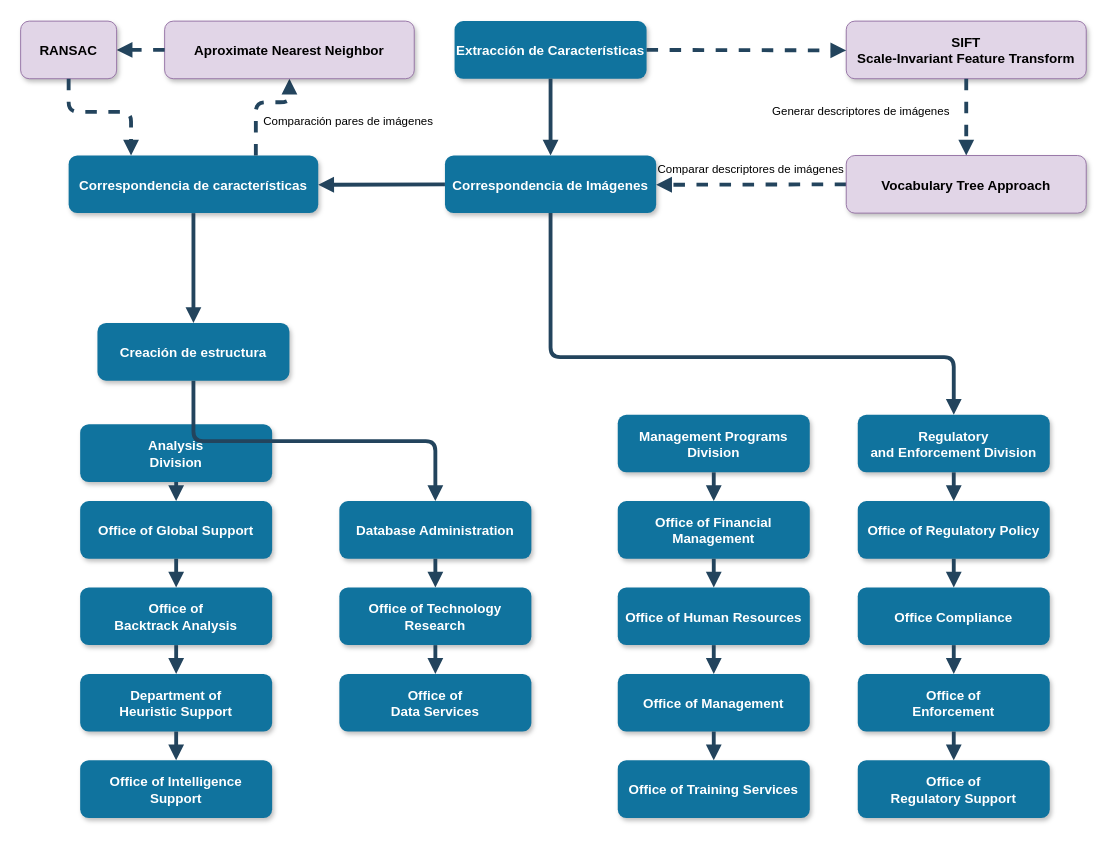
This is Untitled Diagram.drawio from Ezkaitor/Perception-3D-Reconstruction, a draw.io file, before an edit. Source tidied: cells renumbered, new cells numbered last; positions are measured from the earlier drawing's top-left corner, leaving out a move shared by most shapes. Both pictures are drawn from the tidied source at 96%, with x=0, y=0 at pixel (20, 21).
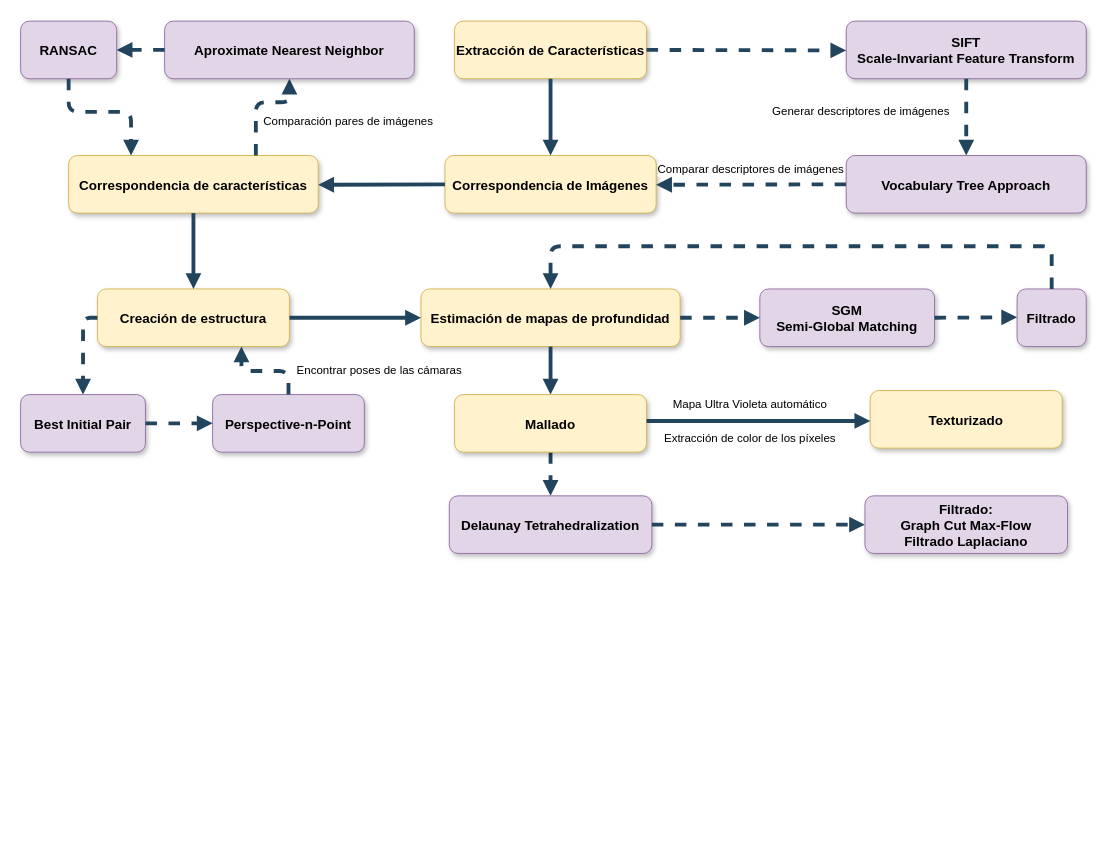
After the change.

The edit, as a diff of the source:
```diff
@@
-    <mxCell id="2" value="Extracción de Características" style="rounded=1;fillColor=#10739E;strokeColor=none;shadow=1;gradientColor=none;fontStyle=1;fontColor=#FFFFFF;fontSize=14;" parent="1" vertex="1">
+    <mxCell id="2" value="Extracción de Características" style="rounded=1;fillColor=#fff2cc;strokeColor=#d6b656;shadow=1;fontStyle=1;fontSize=14;" parent="1" vertex="1">
       <mxGeometry x="452" y="-0.5" width="200" height="60" as="geometry" />
     </mxCell>
-    <mxCell id="3" value="Correspondencia de Imágenes" style="rounded=1;fillColor=#10739E;strokeColor=none;shadow=1;gradientColor=none;fontStyle=1;fontColor=#FFFFFF;fontSize=14;" parent="1" vertex="1">
+    <mxCell id="3" value="Correspondencia de Imágenes" style="rounded=1;fillColor=#fff2cc;strokeColor=#d6b656;shadow=1;fontStyle=1;fontSize=14;" parent="1" vertex="1">
       <mxGeometry x="442" y="139.5" width="220" height="60" as="geometry" />
     </mxCell>
-    <mxCell id="4" value="Correspondencia de características" style="rounded=1;fillColor=#10739E;strokeColor=none;shadow=1;gradientColor=none;fontStyle=1;fontColor=#FFFFFF;fontSize=14;" parent="1" vertex="1">
+    <mxCell id="4" value="Correspondencia de características" style="rounded=1;fillColor=#fff2cc;strokeColor=#d6b656;shadow=1;fontStyle=1;fontSize=14;" parent="1" vertex="1">
       <mxGeometry x="50" y="139.5" width="260" height="60" as="geometry" />
     </mxCell>
@@
-    <mxCell id="6" value="Analysis &#10;Division" style="rounded=1;fillColor=#10739E;strokeColor=none;shadow=1;gradientColor=none;fontStyle=1;fontColor=#FFFFFF;fontSize=14;" parent="1" vertex="1">
-      <mxGeometry x="62" y="419.5" width="200" height="60" as="geometry" />
-    </mxCell>
-    <mxCell id="7" value="Office of Global Support" style="rounded=1;fillColor=#10739E;strokeColor=none;shadow=1;gradientColor=none;fontStyle=1;fontColor=#FFFFFF;fontSize=14;" parent="1" vertex="1">
-      <mxGeometry x="62" y="499.5" width="200" height="60" as="geometry" />
-    </mxCell>
-    <mxCell id="8" value="Office of &#10;Backtrack Analysis" style="rounded=1;fillColor=#10739E;strokeColor=none;shadow=1;gradientColor=none;fontStyle=1;fontColor=#FFFFFF;fontSize=14;" parent="1" vertex="1">
-      <mxGeometry x="62" y="589.5" width="200" height="60" as="geometry" />
-    </mxCell>
-    <mxCell id="9" value="Department of &#10;Heuristic Support" style="rounded=1;fillColor=#10739E;strokeColor=none;shadow=1;gradientColor=none;fontStyle=1;fontColor=#FFFFFF;fontSize=14;" parent="1" vertex="1">
-      <mxGeometry x="62" y="679.5" width="200" height="60" as="geometry" />
-    </mxCell>
-    <mxCell id="10" value="Office of Intelligence &#10;Support" style="rounded=1;fillColor=#10739E;strokeColor=none;shadow=1;gradientColor=none;fontStyle=1;fontColor=#FFFFFF;fontSize=14;" parent="1" vertex="1">
-      <mxGeometry x="62" y="769.5" width="200" height="60" as="geometry" />
-    </mxCell>
-    <mxCell id="11" value="Creación de estructura" style="rounded=1;fillColor=#10739E;strokeColor=none;shadow=1;gradientColor=none;fontStyle=1;fontColor=#FFFFFF;fontSize=14;" parent="1" vertex="1">
-      <mxGeometry x="80" y="314" width="200" height="60" as="geometry" />
+    <mxCell id="11" value="Creación de estructura" style="rounded=1;fillColor=#fff2cc;strokeColor=#d6b656;shadow=1;fontStyle=1;fontSize=14;" parent="1" vertex="1">
+      <mxGeometry x="80" y="278.5" width="200" height="60" as="geometry" />
     </mxCell>
-    <mxCell id="12" value="Database Administration" style="rounded=1;fillColor=#10739E;strokeColor=none;shadow=1;gradientColor=none;fontStyle=1;fontColor=#FFFFFF;fontSize=14;" parent="1" vertex="1">
-      <mxGeometry x="332" y="499.5" width="200" height="60" as="geometry" />
+    <mxCell id="12" value="Estimación de mapas de profundidad" style="rounded=1;fillColor=#fff2cc;strokeColor=#d6b656;shadow=1;fontStyle=1;fontSize=14;" parent="1" vertex="1">
+      <mxGeometry x="417" y="278.5" width="270" height="60" as="geometry" />
     </mxCell>
+    <mxCell id="56" style="edgeStyle=orthogonalEdgeStyle;rounded=1;jettySize=auto;html=1;entryX=0.5;entryY=0;entryDx=0;entryDy=0;dashed=1;fontStyle=1;strokeColor=#23445D;strokeWidth=4;endFill=1;endArrow=block;" parent="1" edge="1" source="13" target="68">
+      <mxGeometry relative="1" as="geometry" />
+    </mxCell>
-    <mxCell id="13" value="Office of Technology &#10;Research" style="rounded=1;fillColor=#10739E;strokeColor=none;shadow=1;gradientColor=none;fontStyle=1;fontColor=#FFFFFF;fontSize=14;" parent="1" vertex="1">
-      <mxGeometry x="332" y="589.5" width="200" height="60" as="geometry" />
+    <mxCell id="13" value="Mallado" style="rounded=1;fillColor=#fff2cc;strokeColor=#d6b656;shadow=1;fontStyle=1;fontSize=14;" parent="1" vertex="1">
+      <mxGeometry x="452" y="388.5" width="200" height="60" as="geometry" />
     </mxCell>
-    <mxCell id="14" value="Office of&#10;Data Services" style="rounded=1;fillColor=#10739E;strokeColor=none;shadow=1;gradientColor=none;fontStyle=1;fontColor=#FFFFFF;fontSize=14;" parent="1" vertex="1">
-      <mxGeometry x="332" y="679.5" width="200" height="60" as="geometry" />
+    <mxCell id="14" value="Texturizado" style="rounded=1;fillColor=#fff2cc;strokeColor=#d6b656;shadow=1;fontStyle=1;fontSize=14;" parent="1" vertex="1">
+      <mxGeometry x="885" y="384.3" width="200" height="60" as="geometry" />
     </mxCell>
-    <mxCell id="15" value="Management Programs &#10;Division" style="rounded=1;fillColor=#10739E;strokeColor=none;shadow=1;gradientColor=none;fontStyle=1;fontColor=#FFFFFF;fontSize=14;" parent="1" vertex="1">
-      <mxGeometry x="622" y="409.5" width="200" height="60" as="geometry" />
-    </mxCell>
-    <mxCell id="16" value="Office of Financial &#10;Management" style="rounded=1;fillColor=#10739E;strokeColor=none;shadow=1;gradientColor=none;fontStyle=1;fontColor=#FFFFFF;fontSize=14;" parent="1" vertex="1">
-      <mxGeometry x="622" y="499.5" width="200" height="60" as="geometry" />
-    </mxCell>
-    <mxCell id="17" value="Office of Human Resources" style="rounded=1;fillColor=#10739E;strokeColor=none;shadow=1;gradientColor=none;fontStyle=1;fontColor=#FFFFFF;fontSize=14;" parent="1" vertex="1">
-      <mxGeometry x="622" y="589.5" width="200" height="60" as="geometry" />
-    </mxCell>
-    <mxCell id="18" value="Office of Management " style="rounded=1;fillColor=#10739E;strokeColor=none;shadow=1;gradientColor=none;fontStyle=1;fontColor=#FFFFFF;fontSize=14;" parent="1" vertex="1">
-      <mxGeometry x="622" y="679.5" width="200" height="60" as="geometry" />
-    </mxCell>
-    <mxCell id="19" value="Office of Training Services" style="rounded=1;fillColor=#10739E;strokeColor=none;shadow=1;gradientColor=none;fontStyle=1;fontColor=#FFFFFF;fontSize=14;" parent="1" vertex="1">
-      <mxGeometry x="622" y="769.5" width="200" height="60" as="geometry" />
-    </mxCell>
-    <mxCell id="20" value="Regulatory &#10;and Enforcement Division" style="rounded=1;fillColor=#10739E;strokeColor=none;shadow=1;gradientColor=none;fontStyle=1;fontColor=#FFFFFF;fontSize=14;" parent="1" vertex="1">
-      <mxGeometry x="872" y="409.5" width="200" height="60" as="geometry" />
-    </mxCell>
-    <mxCell id="21" value="Office of Regulatory Policy" style="rounded=1;fillColor=#10739E;strokeColor=none;shadow=1;gradientColor=none;fontStyle=1;fontColor=#FFFFFF;fontSize=14;" parent="1" vertex="1">
-      <mxGeometry x="872" y="499.5" width="200" height="60" as="geometry" />
-    </mxCell>
-    <mxCell id="22" value="Office Compliance" style="rounded=1;fillColor=#10739E;strokeColor=none;shadow=1;gradientColor=none;fontStyle=1;fontColor=#FFFFFF;fontSize=14;" parent="1" vertex="1">
-      <mxGeometry x="872" y="589.5" width="200" height="60" as="geometry" />
-    </mxCell>
-    <mxCell id="23" value="Office of &#10;Enforcement" style="rounded=1;fillColor=#10739E;strokeColor=none;shadow=1;gradientColor=none;fontStyle=1;fontColor=#FFFFFF;fontSize=14;" parent="1" vertex="1">
-      <mxGeometry x="872" y="679.5" width="200" height="60" as="geometry" />
-    </mxCell>
-    <mxCell id="24" value="Office of&#10; Regulatory Support" style="rounded=1;fillColor=#10739E;strokeColor=none;shadow=1;gradientColor=none;fontStyle=1;fontColor=#FFFFFF;fontSize=14;" parent="1" vertex="1">
-      <mxGeometry x="872" y="769.5" width="200" height="60" as="geometry" />
-    </mxCell>
@@
-    <mxCell id="28" style="edgeStyle=elbowEdgeStyle;elbow=vertical;strokeWidth=4;endArrow=block;endFill=1;fontStyle=1;strokeColor=#23445D;" parent="1" edge="1" source="3" target="20">
-      <mxGeometry x="22" y="165.5" as="geometry">
-        <Array as="points">
-          <mxPoint x="752" y="349.5" />
-        </Array>
-      </mxGeometry>
-    </mxCell>
-    <mxCell id="29" style="edgeStyle=elbowEdgeStyle;elbow=vertical;strokeWidth=4;endArrow=block;endFill=1;fontStyle=1;strokeColor=#23445D;" parent="1" edge="1" source="6" target="7">
-      <mxGeometry x="62" y="165.5" as="geometry" />
-    </mxCell>
-    <mxCell id="30" style="edgeStyle=elbowEdgeStyle;elbow=vertical;strokeWidth=4;endArrow=block;endFill=1;fontStyle=1;strokeColor=#23445D;" parent="1" edge="1" source="7" target="8">
-      <mxGeometry x="62" y="175.5" as="geometry" />
-    </mxCell>
-    <mxCell id="31" style="edgeStyle=elbowEdgeStyle;elbow=vertical;strokeWidth=4;endArrow=block;endFill=1;fontStyle=1;strokeColor=#23445D;" parent="1" edge="1" source="8" target="9">
-      <mxGeometry x="62" y="185.5" as="geometry" />
-    </mxCell>
-    <mxCell id="32" style="edgeStyle=elbowEdgeStyle;elbow=vertical;strokeWidth=4;endArrow=block;endFill=1;fontStyle=1;strokeColor=#23445D;" parent="1" edge="1" source="9" target="10">
-      <mxGeometry x="62" y="195.5" as="geometry" />
-    </mxCell>
-    <mxCell id="33" style="edgeStyle=elbowEdgeStyle;elbow=vertical;strokeWidth=4;endArrow=block;endFill=1;fontStyle=1;strokeColor=#23445D;" parent="1" edge="1" source="11" target="12">
-      <mxGeometry x="62" y="165.5" as="geometry" />
+    <mxCell id="33" style="edgeStyle=elbowEdgeStyle;elbow=vertical;strokeWidth=4;endArrow=block;endFill=1;fontStyle=1;strokeColor=#23445D;exitX=1;exitY=0.5;exitDx=0;exitDy=0;" parent="1" edge="1" source="11" target="12">
+      <mxGeometry x="62" y="140" as="geometry">
+        <Array as="points">
+          <mxPoint x="380" y="308.5" />
+        </Array>
+      </mxGeometry>
     </mxCell>
     <mxCell id="34" style="edgeStyle=elbowEdgeStyle;elbow=vertical;strokeWidth=4;endArrow=block;endFill=1;fontStyle=1;strokeColor=#23445D;" parent="1" edge="1" source="12" target="13">
-      <mxGeometry x="62" y="175.5" as="geometry" />
+      <mxGeometry x="62" y="150" as="geometry" />
     </mxCell>
     <mxCell id="35" style="edgeStyle=elbowEdgeStyle;elbow=vertical;strokeWidth=4;endArrow=block;endFill=1;fontStyle=1;strokeColor=#23445D;" parent="1" edge="1" source="13" target="14">
-      <mxGeometry x="62" y="185.5" as="geometry" />
+      <mxGeometry x="62" y="160" as="geometry" />
     </mxCell>
-    <mxCell id="36" style="edgeStyle=elbowEdgeStyle;elbow=vertical;strokeWidth=4;endArrow=block;endFill=1;fontStyle=1;strokeColor=#23445D;" parent="1" edge="1" source="15" target="16">
-      <mxGeometry x="72" y="165.5" as="geometry" />
-    </mxCell>
-    <mxCell id="37" style="edgeStyle=elbowEdgeStyle;elbow=vertical;strokeWidth=4;endArrow=block;endFill=1;fontStyle=1;strokeColor=#23445D;" parent="1" edge="1" source="16" target="17">
-      <mxGeometry x="72" y="175.5" as="geometry" />
-    </mxCell>
-    <mxCell id="38" style="edgeStyle=elbowEdgeStyle;elbow=vertical;strokeWidth=4;endArrow=block;endFill=1;fontStyle=1;strokeColor=#23445D;" parent="1" edge="1" source="17" target="18">
-      <mxGeometry x="72" y="185.5" as="geometry" />
-    </mxCell>
-    <mxCell id="39" style="edgeStyle=elbowEdgeStyle;elbow=vertical;strokeWidth=4;endArrow=block;endFill=1;fontStyle=1;strokeColor=#23445D;" parent="1" edge="1" source="18" target="19">
-      <mxGeometry x="72" y="195.5" as="geometry" />
-    </mxCell>
-    <mxCell id="40" style="edgeStyle=elbowEdgeStyle;elbow=vertical;strokeWidth=4;endArrow=block;endFill=1;fontStyle=1;strokeColor=#23445D;" parent="1" edge="1" source="20" target="21">
-      <mxGeometry x="72" y="165.5" as="geometry" />
-    </mxCell>
-    <mxCell id="41" style="edgeStyle=elbowEdgeStyle;elbow=vertical;strokeWidth=4;endArrow=block;endFill=1;fontStyle=1;strokeColor=#23445D;" parent="1" edge="1" source="21" target="22">
-      <mxGeometry x="72" y="175.5" as="geometry" />
-    </mxCell>
-    <mxCell id="42" style="edgeStyle=elbowEdgeStyle;elbow=vertical;strokeWidth=4;endArrow=block;endFill=1;fontStyle=1;strokeColor=#23445D;" parent="1" edge="1" source="22" target="23">
-      <mxGeometry x="72" y="185.5" as="geometry" />
-    </mxCell>
-    <mxCell id="43" style="edgeStyle=elbowEdgeStyle;elbow=vertical;strokeWidth=4;endArrow=block;endFill=1;fontStyle=1;strokeColor=#23445D;" parent="1" edge="1" source="23" target="24">
-      <mxGeometry x="72" y="195.5" as="geometry" />
-    </mxCell>
-    <mxCell id="44" style="edgeStyle=elbowEdgeStyle;elbow=vertical;strokeWidth=4;endArrow=block;endFill=1;fontStyle=1;strokeColor=#23445D;exitX=0.5;exitY=1;exitDx=0;exitDy=0;entryX=0.5;entryY=0;entryDx=0;entryDy=0;" parent="1" edge="1" source="4" target="11">
-      <mxGeometry x="22" y="165.5" as="geometry">
+    <mxCell id="44" style="edgeStyle=elbowEdgeStyle;elbow=vertical;strokeWidth=4;endArrow=block;endFill=1;fontStyle=1;strokeColor=#23445D;entryX=0.5;entryY=0;entryDx=0;entryDy=0;exitX=0.5;exitY=1;exitDx=0;exitDy=0;" parent="1" edge="1" source="4" target="11">
+      <mxGeometry x="22" y="140" as="geometry">
         <Array as="points">
-          <mxPoint x="162" y="274" />
-          <mxPoint x="432" y="349.5" />
+          <mxPoint x="162" y="248.5" />
+          <mxPoint x="432" y="324" />
         </Array>
       </mxGeometry>
     </mxCell>
@@
-    <mxCell id="48" value="Generar descriptores de imágenes" style="text;html=1;strokeColor=none;fillColor=none;align=right;verticalAlign=middle;whiteSpace=wrap;rounded=0;" parent="1" vertex="1">
+    <mxCell id="48" value="Generar descriptores de imágenes" style="text;html=1;strokeColor=none;align=right;verticalAlign=middle;whiteSpace=wrap;rounded=0;shadow=0;gradientColor=#ffffff;labelBorderColor=none;labelBackgroundColor=#ffffff;" parent="1" vertex="1">
       <mxGeometry x="780" y="84" width="190" height="20" as="geometry" />
     </mxCell>
-    <mxCell id="49" value="Comparar descriptores de imágenes" style="text;html=1;strokeColor=none;fillColor=none;align=right;verticalAlign=middle;whiteSpace=wrap;rounded=0;" parent="1" vertex="1">
+    <mxCell id="49" value="Comparar descriptores de imágenes" style="text;html=1;strokeColor=none;fillColor=none;align=right;verticalAlign=middle;whiteSpace=wrap;rounded=0;labelBackgroundColor=#ffffff;" parent="1" vertex="1">
       <mxGeometry x="660" y="144" width="200" height="20" as="geometry" />
     </mxCell>
@@
-    <mxCell id="51" value="Comparación pares de imágenes" style="text;html=1;strokeColor=none;fillColor=none;align=right;verticalAlign=middle;whiteSpace=wrap;rounded=0;" parent="1" vertex="1">
+    <mxCell id="51" value="Comparación pares de imágenes" style="text;html=1;strokeColor=none;fillColor=none;align=right;verticalAlign=middle;whiteSpace=wrap;rounded=0;labelBackgroundColor=#ffffff;" parent="1" vertex="1">
       <mxGeometry x="250" y="94" width="182" height="20" as="geometry" />
     </mxCell>
@@
+    <mxCell id="57" style="edgeStyle=elbowEdgeStyle;elbow=vertical;strokeWidth=4;endArrow=block;endFill=1;fontStyle=0;dashed=1;strokeColor=#23445D;exitX=0;exitY=0.5;exitDx=0;exitDy=0;entryX=0.5;entryY=0;entryDx=0;entryDy=0;" parent="1" edge="1" source="11" target="58">
+      <mxGeometry x="-820" y="509" as="geometry">
+        <Array as="points">
+          <mxPoint x="40" y="308.5" />
+        </Array>
+      </mxGeometry>
+    </mxCell>
+    <mxCell id="58" value="Best Initial Pair" style="rounded=1;fillColor=#e1d5e7;strokeColor=#9673a6;shadow=1;fontStyle=1;fontSize=14;" parent="1" vertex="1">
+      <mxGeometry y="388.5" width="130" height="60" as="geometry" />
+    </mxCell>
+    <mxCell id="59" value="Perspective-n-Point" style="rounded=1;fillColor=#e1d5e7;strokeColor=#9673a6;shadow=1;fontStyle=1;fontSize=14;" parent="1" vertex="1">
+      <mxGeometry x="200" y="388.5" width="158" height="60" as="geometry" />
+    </mxCell>
+    <mxCell id="60" style="elbow=vertical;strokeWidth=4;endArrow=block;endFill=1;fontStyle=0;dashed=1;strokeColor=#23445D;exitX=0.5;exitY=0;exitDx=0;exitDy=0;entryX=0.75;entryY=1;entryDx=0;entryDy=0;edgeStyle=orthogonalEdgeStyle;" parent="1" edge="1" source="59" target="11">
+      <mxGeometry x="-810" y="519" as="geometry">
+        <Array as="points">
+          <mxPoint x="279" y="364" />
+          <mxPoint x="230" y="364" />
+        </Array>
+      </mxGeometry>
+    </mxCell>
+    <mxCell id="61" style="elbow=vertical;strokeWidth=4;endArrow=block;endFill=1;fontStyle=0;dashed=1;strokeColor=#23445D;exitX=1;exitY=0.5;exitDx=0;exitDy=0;entryX=0;entryY=0.5;entryDx=0;entryDy=0;" parent="1" edge="1" source="58" target="59">
+      <mxGeometry x="-600" y="104.5" as="geometry" />
+    </mxCell>
+    <mxCell id="62" value="Encontrar poses de las cámaras" style="text;html=1;strokeColor=none;fillColor=none;align=right;verticalAlign=middle;whiteSpace=wrap;rounded=0;labelBackgroundColor=#ffffff;" parent="1" vertex="1">
+      <mxGeometry x="280" y="354" width="182" height="20" as="geometry" />
+    </mxCell>
+    <mxCell id="63" value="SGM&#10;Semi-Global Matching" style="rounded=1;fillColor=#e1d5e7;strokeColor=#9673a6;shadow=1;fontStyle=1;fontSize=14;" parent="1" vertex="1">
+      <mxGeometry x="770" y="278.5" width="182" height="60" as="geometry" />
+    </mxCell>
+    <mxCell id="64" style="edgeStyle=elbowEdgeStyle;elbow=vertical;strokeWidth=4;endArrow=block;endFill=1;fontStyle=1;dashed=1;strokeColor=#23445D;exitX=1;exitY=0.5;exitDx=0;exitDy=0;entryX=0;entryY=0.5;entryDx=0;entryDy=0;" parent="1" edge="1" source="12" target="63">
+      <mxGeometry x="-70" y="604.5" as="geometry">
+        <Array as="points">
+          <mxPoint x="770" y="308.5" />
+        </Array>
+      </mxGeometry>
+    </mxCell>
+    <mxCell id="65" value="Filtrado" style="rounded=1;fillColor=#e1d5e7;strokeColor=#9673a6;shadow=1;fontStyle=1;fontSize=14;" parent="1" vertex="1">
+      <mxGeometry x="1038" y="278.5" width="72" height="60" as="geometry" />
+    </mxCell>
+    <mxCell id="66" style="edgeStyle=elbowEdgeStyle;elbow=vertical;strokeWidth=4;endArrow=block;endFill=1;fontStyle=1;dashed=1;strokeColor=#23445D;entryX=0;entryY=0.5;entryDx=0;entryDy=0;exitX=1;exitY=0.5;exitDx=0;exitDy=0;" parent="1" edge="1" source="63" target="65">
+      <mxGeometry x="195" y="604" as="geometry">
+        <Array as="points">
+          <mxPoint x="1035" y="308" />
+        </Array>
+      </mxGeometry>
+    </mxCell>
+    <mxCell id="67" style="edgeStyle=elbowEdgeStyle;elbow=vertical;strokeWidth=4;endArrow=block;endFill=1;fontStyle=1;dashed=1;strokeColor=#23445D;entryX=0.5;entryY=0;entryDx=0;entryDy=0;exitX=0.5;exitY=0;exitDx=0;exitDy=0;" parent="1" edge="1" source="65" target="12">
+      <mxGeometry x="205" y="614" as="geometry">
+        <Array as="points">
+          <mxPoint x="800" y="234" />
+        </Array>
+      </mxGeometry>
+    </mxCell>
+    <mxCell id="68" value="Delaunay Tetrahedralization" style="rounded=1;fillColor=#e1d5e7;strokeColor=#9673a6;shadow=1;fontStyle=1;fontSize=14;" parent="1" vertex="1">
+      <mxGeometry x="446.5" y="494" width="211" height="60" as="geometry" />
+    </mxCell>
+    <mxCell id="69" style="edgeStyle=orthogonalEdgeStyle;rounded=1;jettySize=auto;html=1;entryX=0;entryY=0.5;entryDx=0;entryDy=0;dashed=1;fontStyle=1;strokeColor=#23445D;strokeWidth=4;endFill=1;endArrow=block;exitX=1;exitY=0.5;exitDx=0;exitDy=0;" parent="1" edge="1" source="68" target="70">
+      <mxGeometry relative="1" as="geometry" />
+    </mxCell>
+    <mxCell id="70" value="Filtrado:&#10;Graph Cut Max-Flow&#10;Filtrado Laplaciano" style="rounded=1;fillColor=#e1d5e7;strokeColor=#9673a6;shadow=1;fontStyle=1;fontSize=14;" parent="1" vertex="1">
+      <mxGeometry x="879.5" y="494" width="211" height="60" as="geometry" />
+    </mxCell>
+    <mxCell id="71" value="Mapa Ultra Violeta automático" style="text;html=1;strokeColor=none;fillColor=none;align=center;verticalAlign=middle;whiteSpace=wrap;rounded=0;labelBackgroundColor=#ffffff;" parent="1" vertex="1">
+      <mxGeometry x="669" y="388.5" width="182" height="20" as="geometry" />
+    </mxCell>
+    <mxCell id="72" value="Extracción de color de los píxeles" style="text;html=1;strokeColor=none;fillColor=none;align=center;verticalAlign=middle;whiteSpace=wrap;rounded=0;labelBackgroundColor=#ffffff;" parent="1" vertex="1">
+      <mxGeometry x="669" y="424.3" width="182" height="20" as="geometry" />
+    </mxCell>
```
